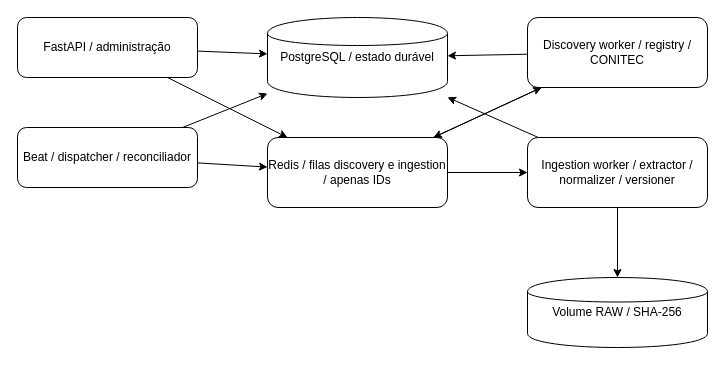
Leagali/Medguide keeps this draw.io diagram as docs/architecture.drawio. Above is the earlier version. Source tidied: cells renumbered, new cells numbered last; positions are measured from the earlier drawing's top-left corner, leaving out a move shared by most shapes. Both pictures are drawn from the tidied source at 100%, with x=0, y=0 at pixel (17, 17).
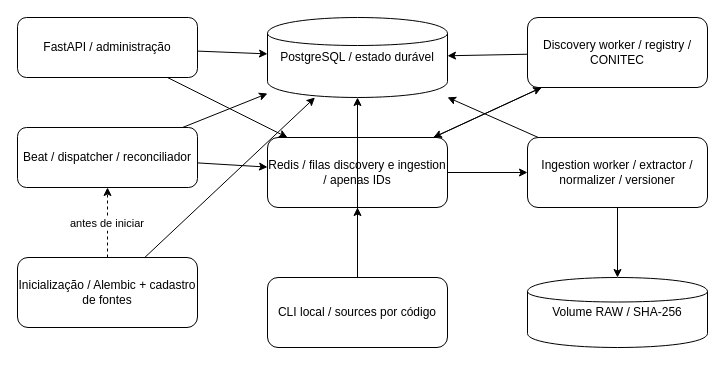
Above is the later version.

The change refers to these unchanged cells:
```xml
<mxCell id="3" value="Beat / dispatcher / reconciliador" style="rounded=1;whiteSpace=wrap;html=1;" parent="1" vertex="1">
  <mxGeometry y="110" width="180" height="60" as="geometry" />
</mxCell>
<mxCell id="4" value="PostgreSQL / estado durável" style="shape=cylinder;whiteSpace=wrap;html=1;" parent="1" vertex="1">
  <mxGeometry x="250" width="180" height="80" as="geometry" />
</mxCell>
<mxCell id="5" value="Redis / filas discovery e ingestion / apenas IDs" style="rounded=1;whiteSpace=wrap;html=1;" parent="1" vertex="1">
  <mxGeometry x="250" y="120" width="180" height="70" as="geometry" />
</mxCell>
```

Diff of the diagram source:
```diff
@@
+    <mxCell id="19" value="Inicialização / Alembic + cadastro de fontes" style="rounded=1;whiteSpace=wrap;html=1;" parent="1" vertex="1">
+      <mxGeometry y="240" width="180" height="70" as="geometry" />
+    </mxCell>
+    <mxCell id="20" value="CLI local / sources por código" style="rounded=1;whiteSpace=wrap;html=1;" parent="1" vertex="1">
+      <mxGeometry x="250" y="260" width="180" height="70" as="geometry" />
+    </mxCell>
+    <mxCell id="21" parent="1" edge="1" source="19" target="4">
+      <mxGeometry relative="1" as="geometry" />
+    </mxCell>
+    <mxCell id="22" value="antes de iniciar" style="dashed=1;" parent="1" edge="1" source="19" target="3">
+      <mxGeometry relative="1" as="geometry" />
+    </mxCell>
+    <mxCell id="23" parent="1" edge="1" source="20" target="4">
+      <mxGeometry relative="1" as="geometry" />
+    </mxCell>
+    <mxCell id="24" parent="1" edge="1" source="20" target="5">
+      <mxGeometry relative="1" as="geometry" />
+    </mxCell>
```
